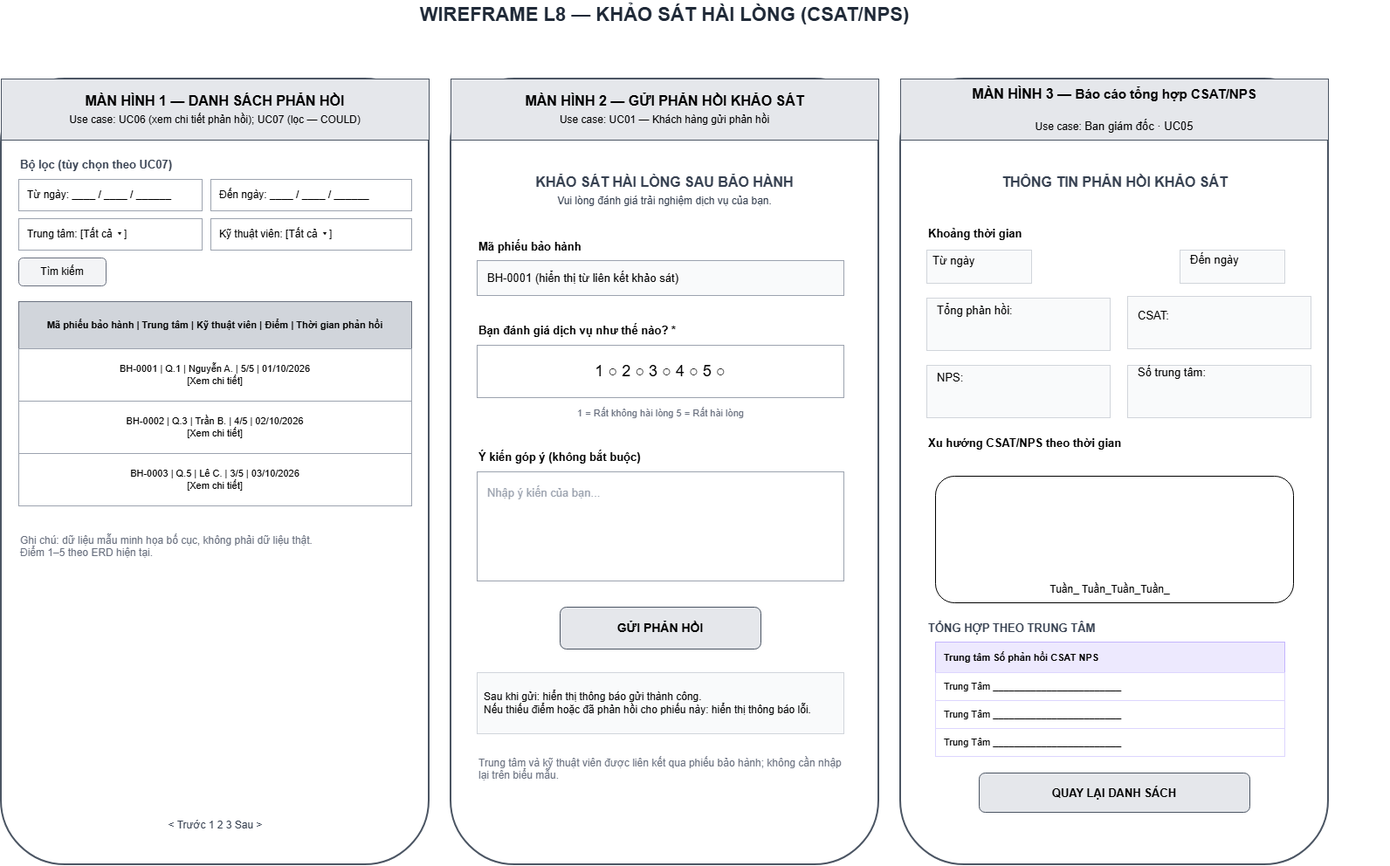
VanToan276/cdtn1-dinhvantoan-l8 keeps this draw.io diagram as docs/wireframe.png. Above is the earlier version. Source tidied: cells renumbered, new cells last; positions are measured from the earlier drawing's top-left corner, leaving out a move shared by most shapes.
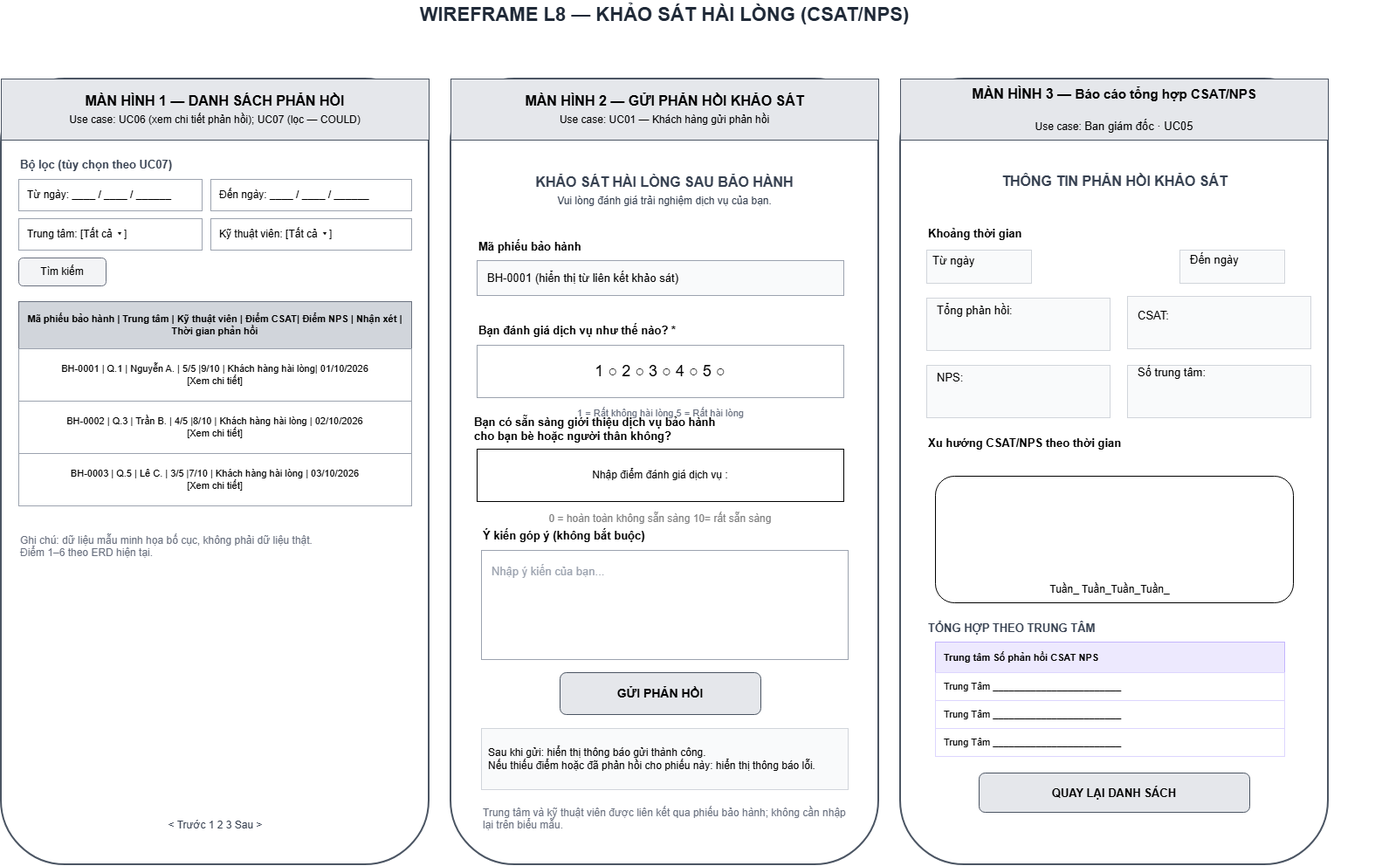
Later version of the same file.

Change to the diagram source:
```diff
@@ -29,19 +29,19 @@
     <mxCell id="10" value="Tìm kiếm" style="rounded=1;whiteSpace=wrap;html=1;fillColor=#F3F4F6;strokeColor=#6B7280;fontSize=12;" parent="1" vertex="1">
       <mxGeometry x="20" y="295" width="100" height="32" as="geometry" />
     </mxCell>
-    <mxCell id="11" value="Mã phiếu bảo hành | Trung tâm | Kỹ thuật viên | Điểm | Thời gian phản hồi" style="rounded=0;whiteSpace=wrap;html=1;fillColor=#D1D5DB;strokeColor=#6B7280;fontSize=11;fontStyle=1;align=center;" parent="1" vertex="1">
+    <mxCell id="11" value="Mã phiếu bảo hành | Trung tâm | Kỹ thuật viên | Điểm CSAT| Điểm NPS | Nhận xét | Thời gian phản hồi" style="rounded=0;whiteSpace=wrap;html=1;fillColor=#D1D5DB;strokeColor=#6B7280;fontSize=11;fontStyle=1;align=center;" parent="1" vertex="1">
       <mxGeometry x="20" y="345" width="450" height="54" as="geometry" />
     </mxCell>
-    <mxCell id="12" value="BH-0001 | Q.1 | Nguyễn A. | 5/5 | 01/10/2026&lt;br&gt;&lt;font style=&quot;font-size:11px;font-weight:normal&quot;&gt;[Xem chi tiết]&lt;/font&gt;" style="rounded=0;whiteSpace=wrap;html=1;fillColor=#FFFFFF;strokeColor=#9CA3AF;fontSize=11;align=center;" parent="1" vertex="1">
+    <mxCell id="12" value="BH-0001 | Q.1 | Nguyễn A. | 5/5 |9/10 | Khách hàng hài lòng| 01/10/2026&lt;br&gt;&lt;font style=&quot;font-size:11px;font-weight:normal&quot;&gt;[Xem chi tiết]&lt;/font&gt;" style="rounded=0;whiteSpace=wrap;html=1;fillColor=#FFFFFF;strokeColor=#9CA3AF;fontSize=11;align=center;" parent="1" vertex="1">
       <mxGeometry x="20" y="399" width="450" height="60" as="geometry" />
     </mxCell>
-    <mxCell id="13" value="BH-0002 | Q.3 | Trần B. | 4/5 | 02/10/2026&lt;br&gt;&lt;font style=&quot;font-size:11px;font-weight:normal&quot;&gt;[Xem chi tiết]&lt;/font&gt;" style="rounded=0;whiteSpace=wrap;html=1;fillColor=#FFFFFF;strokeColor=#9CA3AF;fontSize=11;align=center;" parent="1" vertex="1">
+    <mxCell id="13" value="BH-0002 | Q.3 | Trần B. | 4/5 |8/10 | Khách hàng hài lòng&amp;nbsp;| 02/10/2026&lt;br&gt;&lt;font style=&quot;font-size:11px;font-weight:normal&quot;&gt;[Xem chi tiết]&lt;/font&gt;" style="rounded=0;whiteSpace=wrap;html=1;fillColor=#FFFFFF;strokeColor=#9CA3AF;fontSize=11;align=center;" parent="1" vertex="1">
       <mxGeometry x="20" y="459" width="450" height="60" as="geometry" />
     </mxCell>
-    <mxCell id="14" value="BH-0003 | Q.5 | Lê C. | 3/5 | 03/10/2026&lt;br&gt;&lt;font style=&quot;font-size:11px;font-weight:normal&quot;&gt;[Xem chi tiết]&lt;/font&gt;" style="rounded=0;whiteSpace=wrap;html=1;fillColor=#FFFFFF;strokeColor=#9CA3AF;fontSize=11;align=center;" parent="1" vertex="1">
+    <mxCell id="14" value="BH-0003 | Q.5 | Lê C. | 3/5 |7/10 | Khách hàng hài lòng&amp;nbsp;| 03/10/2026&lt;br&gt;&lt;font style=&quot;font-size:11px;font-weight:normal&quot;&gt;[Xem chi tiết]&lt;/font&gt;" style="rounded=0;whiteSpace=wrap;html=1;fillColor=#FFFFFF;strokeColor=#9CA3AF;fontSize=11;align=center;" parent="1" vertex="1">
       <mxGeometry x="20" y="519" width="450" height="60" as="geometry" />
     </mxCell>
-    <mxCell id="15" value="Ghi chú: dữ liệu mẫu minh họa bố cục, không phải dữ liệu thật.&lt;br&gt;Điểm 1–5 theo ERD hiện tại." style="text;html=1;align=left;verticalAlign=top;whiteSpace=wrap;fontSize=12;fontColor=#6B7280;" parent="1" vertex="1">
+    <mxCell id="15" value="Ghi chú: dữ liệu mẫu minh họa bố cục, không phải dữ liệu thật.&lt;br&gt;Điểm 1–6 theo ERD hiện tại." style="text;html=1;align=left;verticalAlign=top;whiteSpace=wrap;fontSize=12;fontColor=#6B7280;" parent="1" vertex="1">
       <mxGeometry x="20" y="605" width="450" height="55" as="geometry" />
     </mxCell>
     <mxCell id="16" value="&lt; Trước     1     2     3     Sau &gt;" style="text;html=1;align=center;verticalAlign=middle;fontSize=12;fontColor=#374151;" parent="1" vertex="1">
@@ -72,19 +72,19 @@
       <mxGeometry x="545" y="458" width="420" height="30" as="geometry" />
     </mxCell>
     <mxCell id="25" value="Ý kiến góp ý (không bắt buộc)" style="text;html=1;align=left;verticalAlign=middle;fontSize=13;fontStyle=1;" parent="1" vertex="1">
-      <mxGeometry x="545" y="510" width="420" height="25" as="geometry" />
+      <mxGeometry x="550" y="600" width="420" height="25" as="geometry" />
     </mxCell>
     <mxCell id="26" value="Nhập ý kiến của bạn..." style="rounded=0;whiteSpace=wrap;html=1;strokeColor=#9CA3AF;fillColor=#FFFFFF;align=left;verticalAlign=top;spacingLeft=10;spacingTop=10;fontSize=13;fontColor=#9CA3AF;" parent="1" vertex="1">
-      <mxGeometry x="545" y="540" width="420" height="125" as="geometry" />
+      <mxGeometry x="550" y="630" width="420" height="125" as="geometry" />
     </mxCell>
     <mxCell id="27" value="GỬI PHẢN HỒI" style="rounded=1;whiteSpace=wrap;html=1;fillColor=#E5E7EB;strokeColor=#4B5563;fontSize=14;fontStyle=1;" parent="1" vertex="1">
-      <mxGeometry x="640" y="695" width="230" height="48" as="geometry" />
+      <mxGeometry x="640" y="770" width="230" height="48" as="geometry" />
     </mxCell>
     <mxCell id="28" value="Sau khi gửi: hiển thị thông báo gửi thành công.&lt;br&gt;Nếu thiếu điểm hoặc đã phản hồi cho phiếu này: hiển thị thông báo lỗi." style="rounded=0;whiteSpace=wrap;html=1;fillColor=#F9FAFB;strokeColor=#D1D5DB;fontSize=12;align=left;spacing=8;" parent="1" vertex="1">
-      <mxGeometry x="545" y="770" width="420" height="70" as="geometry" />
+      <mxGeometry x="550" y="834" width="420" height="70" as="geometry" />
     </mxCell>
     <mxCell id="29" value="Trung tâm và kỹ thuật viên được liên kết qua phiếu bảo hành; không cần nhập lại trên biểu mẫu." style="text;html=1;align=left;verticalAlign=top;whiteSpace=wrap;fontSize=12;fontColor=#6B7280;" parent="1" vertex="1">
-      <mxGeometry x="545" y="860" width="420" height="55" as="geometry" />
+      <mxGeometry x="550" y="917.5" width="420" height="55" as="geometry" />
     </mxCell>
     <mxCell id="30" style="rounded=1;whiteSpace=wrap;html=1;strokeColor=#4B5563;strokeWidth=2;fillColor=#FFFFFF;" parent="1" vertex="1">
       <mxGeometry x="1030" y="90" width="490" height="900" as="geometry" />
@@ -149,5 +149,14 @@
     <mxCell id="50" value="Trung Tâm ________________________" style="rounded=0;whiteSpace=wrap;html=1;fillColor=#FFFFFF;strokeColor=#DDD6FE;fontSize=11;align=left;spacingLeft=8;" parent="1" vertex="1">
       <mxGeometry x="1070" y="834" width="400" height="32" as="geometry" />
     </mxCell>
+    <mxCell id="51" value="&lt;p&gt;Bạn có sẵn sàng giới thiệu dịch vụ bảo hành&lt;br&gt;&lt;span style=&quot;background-color: transparent; color: light-dark(rgb(0, 0, 0), rgb(255, 255, 255));&quot;&gt;cho &lt;/span&gt;&lt;span style=&quot;background-color: transparent; color: light-dark(rgb(0, 0, 0), rgb(255, 255, 255));&quot;&gt;bạn &lt;/span&gt;&lt;span style=&quot;background-color: transparent; color: light-dark(rgb(0, 0, 0), rgb(255, 255, 255));&quot;&gt;bè &lt;/span&gt;&lt;span style=&quot;background-color: transparent; color: light-dark(rgb(0, 0, 0), rgb(255, 255, 255));&quot;&gt;hoặc &lt;/span&gt;&lt;span style=&quot;background-color: transparent; color: light-dark(rgb(0, 0, 0), rgb(255, 255, 255));&quot;&gt;người &lt;/span&gt;&lt;span style=&quot;background-color: transparent; color: light-dark(rgb(0, 0, 0), rgb(255, 255, 255));&quot;&gt;thân &lt;/span&gt;&lt;span style=&quot;background-color: transparent; color: light-dark(rgb(0, 0, 0), rgb(255, 255, 255));&quot;&gt;không?&lt;/span&gt;&lt;/p&gt;" style="text;html=1;align=left;verticalAlign=middle;fontSize=13;fontStyle=1;" parent="1" vertex="1">
+      <mxGeometry x="540" y="478" width="420" height="25" as="geometry" />
+    </mxCell>
+    <mxCell id="52" value="Nhập điểm đánh giá dịch vụ :" style="rounded=0;whiteSpace=wrap;html=1;align=center;" parent="1" vertex="1">
+      <mxGeometry x="545" y="514" width="420" height="60" as="geometry" />
+    </mxCell>
+    <mxCell id="53" value="&lt;span style=&quot;color: rgb(128, 128, 128);&quot;&gt;0 = hoàn toàn không sẵn sàng 10= rất sẵn sàng&lt;/span&gt;" style="text;html=1;whiteSpace=wrap;strokeColor=none;fillColor=none;align=center;verticalAlign=middle;rounded=0;" parent="1" vertex="1">
+      <mxGeometry x="580" y="579" width="350" height="30" as="geometry" />
+    </mxCell>
   </root>
 </mxGraphModel>
```
